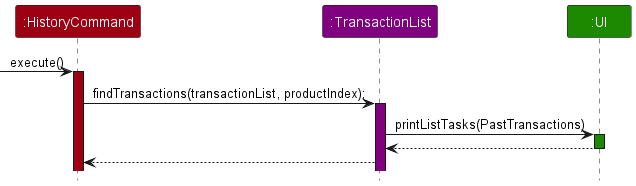
The PlantUML diagram docs/images/HistoryCommandExecuteSequenceDiagram.png in leongxingyu/tp, before a commit.
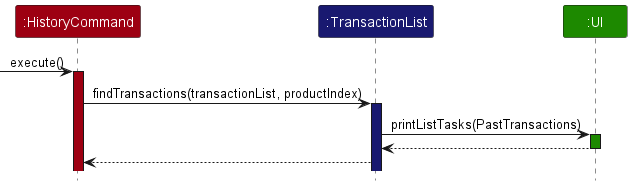
After the change.

The edit, as a diff of the source:
```diff
@@ -3,15 +3,15 @@
 skinparam ArrowFontStyle plain
 
 Participant ":HistoryCommand" as command COMMANDS_COLOR
-Participant ":TransactionList" as transactionlist PRODUCTLIST_COLOR
+Participant ":TransactionList" as transactionlist TRANSACTIONLIST_COLOR
 Participant ":UI" as ui UI_COLOR
 
 
 -> command : execute()
 activate command COMMANDS_COLOR
 
-command -> transactionlist : findTransactions(transactionList, productIndex);
-activate transactionlist PRODUCTLIST_COLOR
+command -> transactionlist : findTransactions(transactionList, productIndex)
+activate transactionlist TRANSACTIONLIST_COLOR
 
 transactionlist -> ui : printListTasks(PastTransactions)
 activate ui UI_COLOR
```
